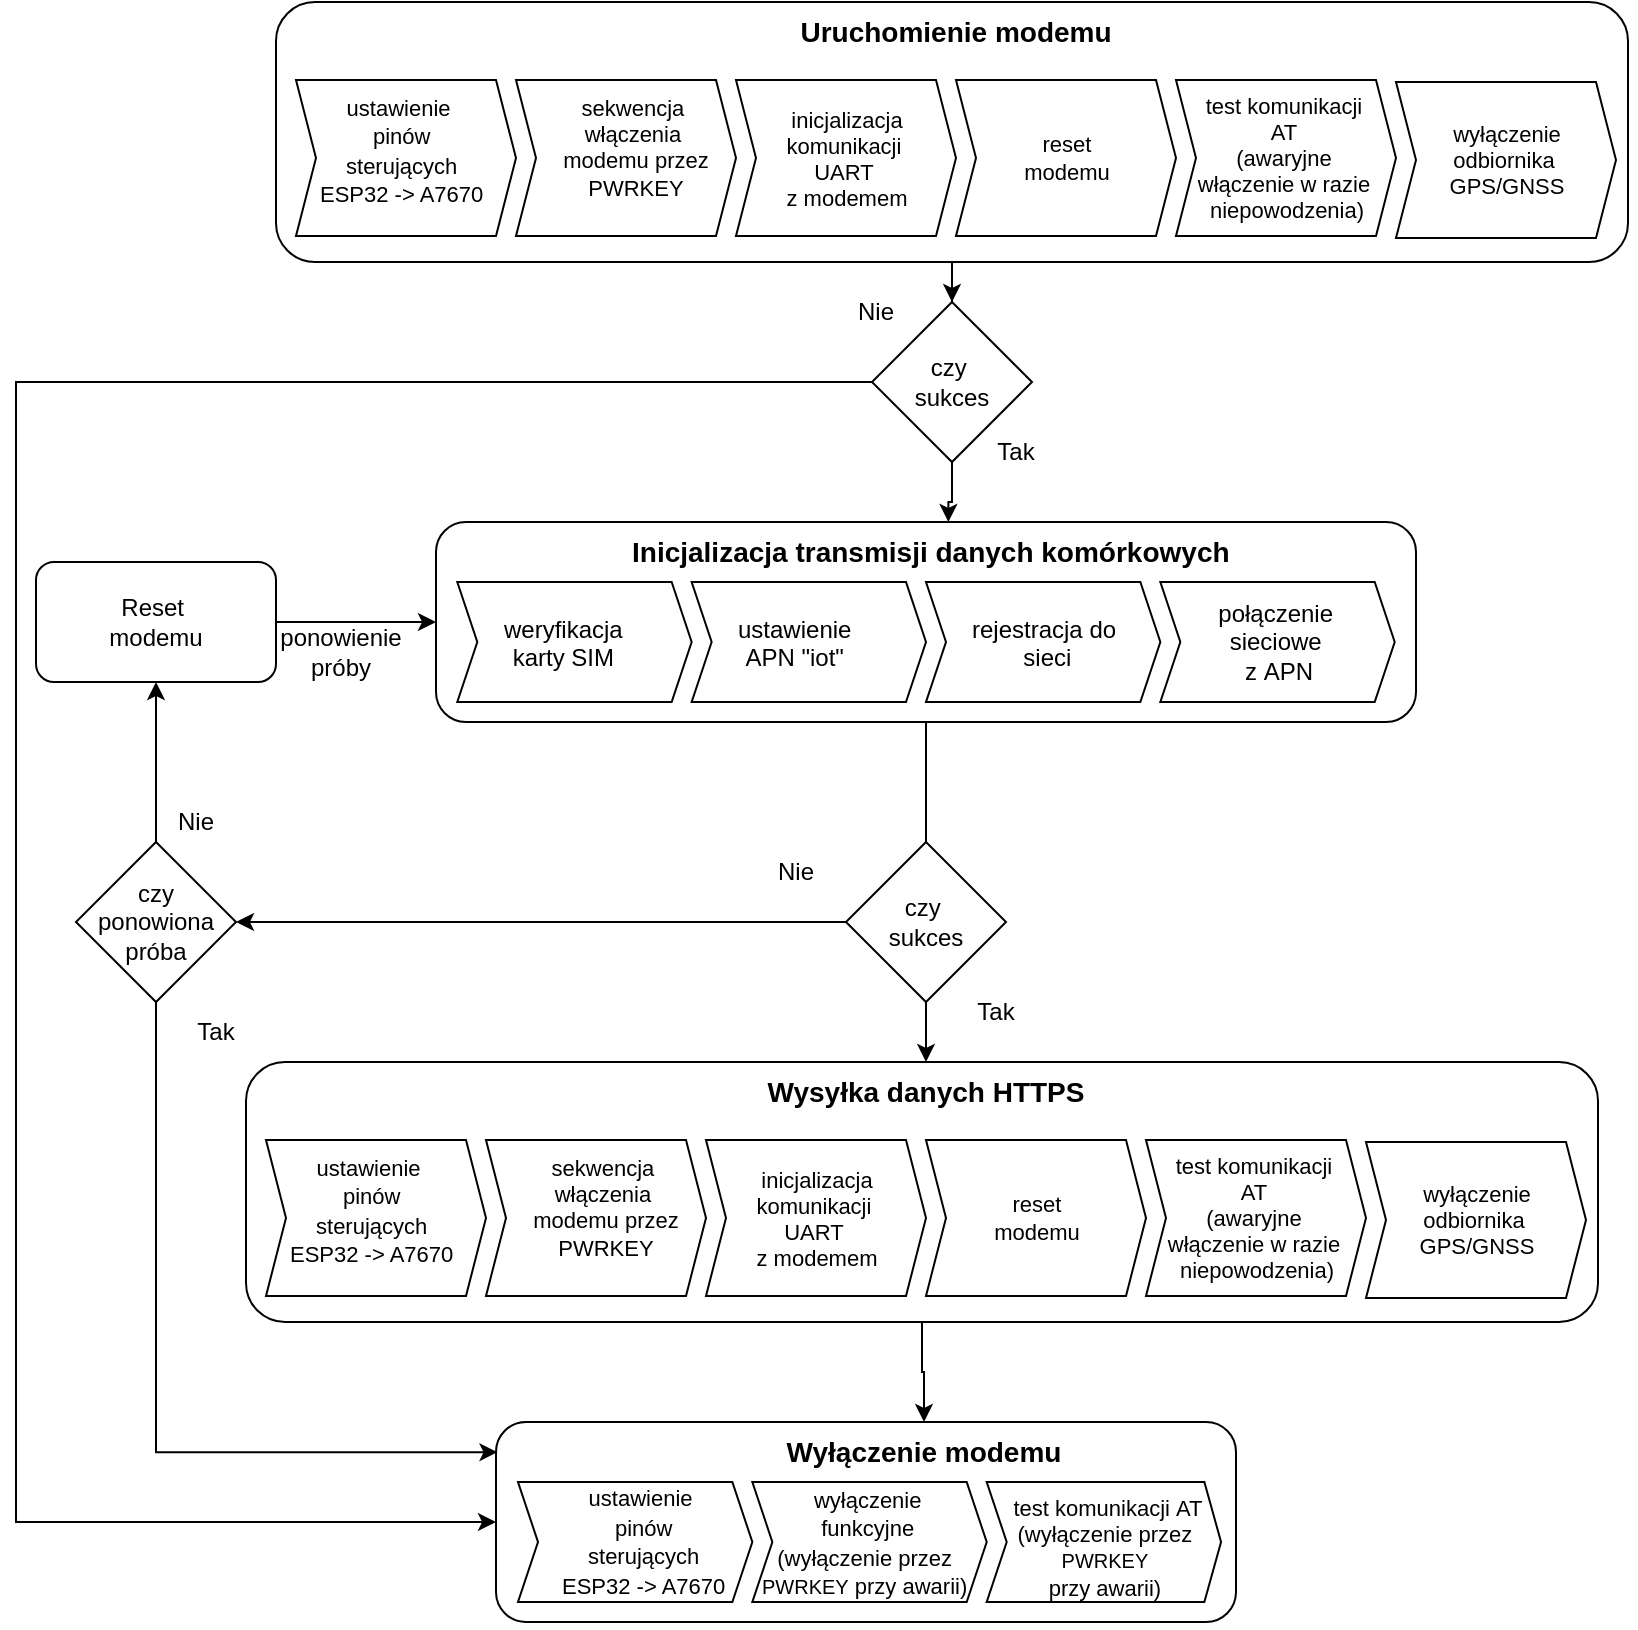
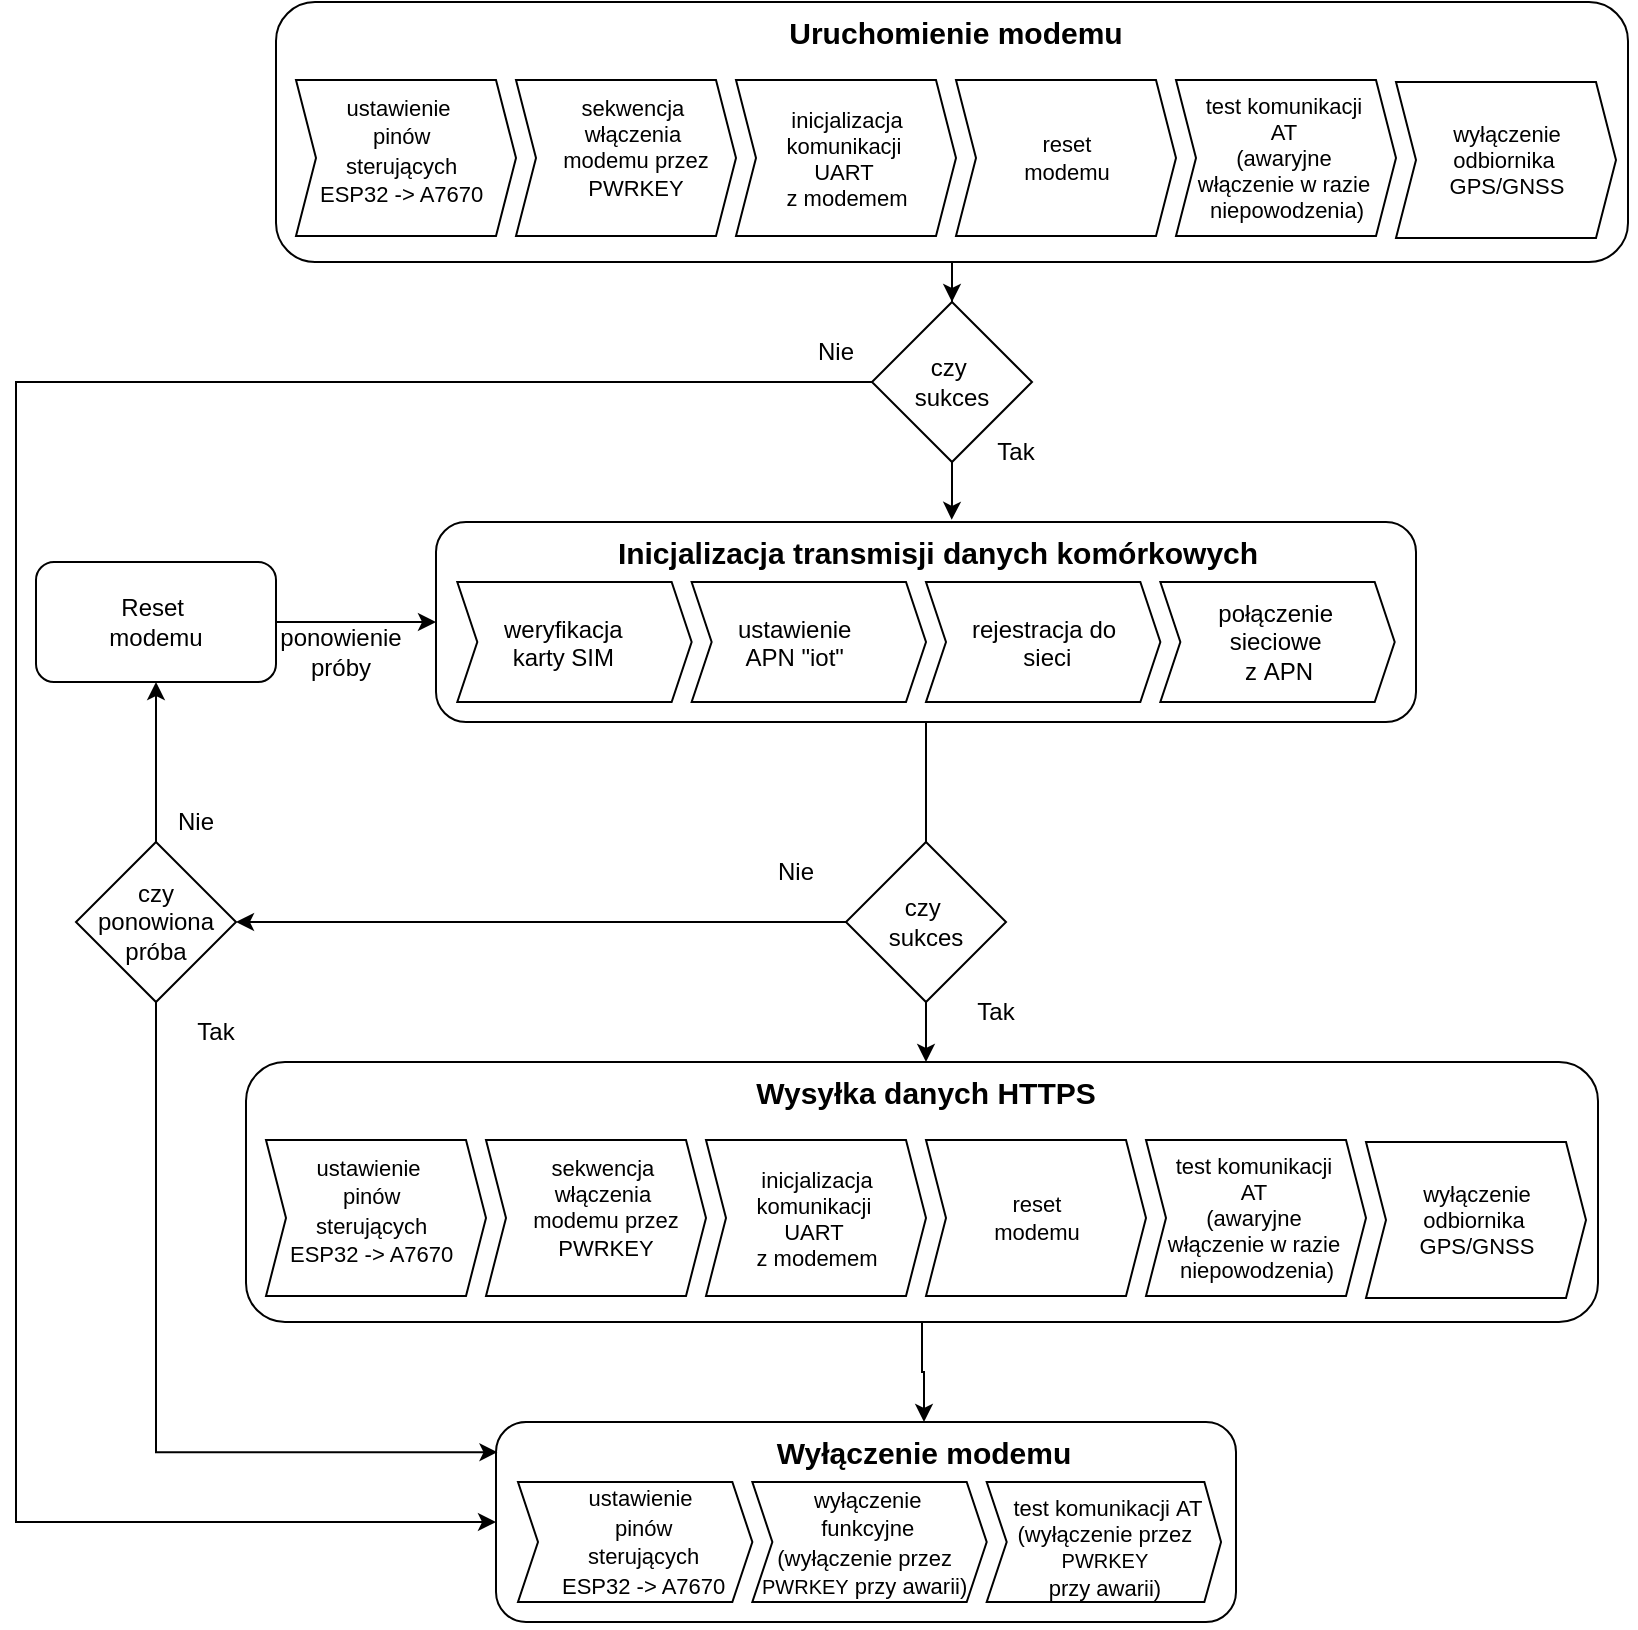
<mxfile host="app.diagrams.net">
  <diagram name="Strona-1" id="qUiWrLwNQSNPpPlMcjFA">
-     <mxGraphModel dx="1023" dy="2166" grid="1" gridSize="10" guides="1" tooltips="1" connect="1" arrows="1" fold="1" page="1" pageScale="1" pageWidth="827" pageHeight="1169" math="0" shadow="0">
+     <mxGraphModel dx="831" dy="1979" grid="1" gridSize="10" guides="1" tooltips="1" connect="1" arrows="1" fold="1" page="1" pageScale="1" pageWidth="827" pageHeight="1169" math="0" shadow="0">
      <root>
        <mxCell id="0" />
        <mxCell id="1" parent="0" />
        <mxCell id="zzqq1YDTvUKB0URQ00NY-44" connectable="0" parent="1" style="group" value="" vertex="1">
-           <mxGeometry height="100" width="490" x="650" y="110" as="geometry" />
+           <mxGeometry height="100" width="490.6521739130435" x="650" y="110" as="geometry" />
        </mxCell>
        <mxCell id="zzqq1YDTvUKB0URQ00NY-41" parent="zzqq1YDTvUKB0URQ00NY-44" style="rounded=1;whiteSpace=wrap;html=1;fillColor=none;" value="" vertex="1">
          <mxGeometry height="100" width="490.0000000000001" as="geometry" />
        </mxCell>
        <mxCell id="zzqq1YDTvUKB0URQ00NY-43" connectable="0" parent="zzqq1YDTvUKB0URQ00NY-44" style="group" value="" vertex="1">
-           <mxGeometry height="90" width="468.6956521739131" x="10.65217391304348" as="geometry" />
+           <mxGeometry height="90" width="480" x="10.65217391304348" as="geometry" />
        </mxCell>
        <mxCell id="zzqq1YDTvUKB0URQ00NY-32" parent="zzqq1YDTvUKB0URQ00NY-43" style="html=1;shadow=0;dashed=0;align=center;verticalAlign=middle;shape=mxgraph.arrows2.arrow;dy=0;dx=10;notch=10;" value="" vertex="1">
          <mxGeometry height="60" width="117.17391304347828" y="30" as="geometry" />
        </mxCell>
        <mxCell id="zzqq1YDTvUKB0URQ00NY-34" parent="zzqq1YDTvUKB0URQ00NY-43" style="text;whiteSpace=wrap;html=1;" value="&lt;span style=&quot;caret-color: rgb(0, 0, 0); color: rgb(0, 0, 0); font-family: Helvetica; font-size: 12.000001px; font-style: normal; font-variant-caps: normal; font-weight: 400; letter-spacing: normal; orphans: 2; text-align: center; text-indent: 0px; text-transform: none; white-space: nowrap; widows: 2; word-spacing: 0px; -webkit-text-stroke-width: 0px; text-decoration-line: none; text-decoration-thickness: auto; text-decoration-style: solid;&quot;&gt;weryfikacja&lt;/span&gt;&lt;div style=&quot;caret-color: rgb(0, 0, 0); color: rgb(0, 0, 0); font-family: Helvetica; font-size: 12.000001px; font-style: normal; font-variant-caps: normal; font-weight: 400; letter-spacing: normal; orphans: 2; text-align: center; text-indent: 0px; text-transform: none; white-space: nowrap; widows: 2; word-spacing: 0px; -webkit-text-stroke-width: 0px; text-decoration-line: none; text-decoration-thickness: auto; text-decoration-style: solid;&quot;&gt;karty SIM&lt;/div&gt;" vertex="1">
          <mxGeometry height="50" width="95.86956521739131" x="21.30434782608696" y="40" as="geometry" />
        </mxCell>
        <mxCell id="zzqq1YDTvUKB0URQ00NY-35" parent="zzqq1YDTvUKB0URQ00NY-43" style="html=1;shadow=0;dashed=0;align=center;verticalAlign=middle;shape=mxgraph.arrows2.arrow;dy=0;dx=10;notch=10;" value="" vertex="1">
          <mxGeometry height="60" width="117.17391304347828" x="117.17391304347828" y="30" as="geometry" />
        </mxCell>
        <mxCell id="zzqq1YDTvUKB0URQ00NY-36" parent="zzqq1YDTvUKB0URQ00NY-43" style="text;whiteSpace=wrap;html=1;" value="&lt;div style=&quot;text-align: center;&quot;&gt;&lt;span style=&quot;font-size: 12px; caret-color: rgb(0, 0, 0); text-wrap-mode: nowrap;&quot;&gt;&lt;font color=&quot;#000000&quot;&gt;ustawienie&lt;/font&gt;&lt;/span&gt;&lt;/div&gt;&lt;div style=&quot;text-align: center;&quot;&gt;&lt;span style=&quot;font-size: 12px; caret-color: rgb(0, 0, 0); text-wrap-mode: nowrap;&quot;&gt;&lt;font color=&quot;#000000&quot;&gt;APN&amp;nbsp;&lt;/font&gt;&lt;/span&gt;&lt;span style=&quot;font-size: 12px; white-space: nowrap;&quot;&gt;&quot;iot&quot;&lt;/span&gt;&lt;/div&gt;" vertex="1">
          <mxGeometry height="50" width="95.86956521739131" x="138.47826086956525" y="40" as="geometry" />
        </mxCell>
        <mxCell id="zzqq1YDTvUKB0URQ00NY-37" parent="zzqq1YDTvUKB0URQ00NY-43" style="html=1;shadow=0;dashed=0;align=center;verticalAlign=middle;shape=mxgraph.arrows2.arrow;dy=0;dx=10;notch=10;" value="" vertex="1">
          <mxGeometry height="60" width="117.17391304347828" x="234.34782608695656" y="30" as="geometry" />
        </mxCell>
        <mxCell id="zzqq1YDTvUKB0URQ00NY-38" parent="zzqq1YDTvUKB0URQ00NY-43" style="text;whiteSpace=wrap;html=1;" value="&lt;div style=&quot;text-align: center;&quot;&gt;&lt;span style=&quot;caret-color: rgb(0, 0, 0); text-wrap-mode: nowrap;&quot;&gt;rejestracja do&amp;nbsp;&lt;/span&gt;&lt;/div&gt;&lt;div style=&quot;text-align: center;&quot;&gt;&lt;span style=&quot;caret-color: rgb(0, 0, 0); text-wrap-mode: nowrap;&quot;&gt;sieci&lt;/span&gt;&lt;/div&gt;" vertex="1">
          <mxGeometry height="50" width="95.86956521739131" x="255.6521739130435" y="40" as="geometry" />
        </mxCell>
        <mxCell id="zzqq1YDTvUKB0URQ00NY-39" parent="zzqq1YDTvUKB0URQ00NY-43" style="html=1;shadow=0;dashed=0;align=center;verticalAlign=middle;shape=mxgraph.arrows2.arrow;dy=0;dx=10;notch=10;" value="połączenie&amp;nbsp;&lt;div&gt;sieciowe&amp;nbsp;&lt;/div&gt;&lt;div&gt;z&amp;nbsp;&lt;span style=&quot;font-size: 12px;&quot;&gt;APN&lt;/span&gt;&lt;/div&gt;" vertex="1">
          <mxGeometry height="60" width="117.17391304347828" x="351.52173913043487" y="30" as="geometry" />
        </mxCell>
-         <mxCell id="zzqq1YDTvUKB0URQ00NY-42" parent="zzqq1YDTvUKB0URQ00NY-43" style="text;whiteSpace=wrap;html=1;" value="&lt;div style=&quot;text-align: center;&quot;&gt;&lt;span style=&quot;text-align: start;&quot;&gt;&lt;b&gt;&lt;font style=&quot;font-size: 14px;&quot;&gt;Inicjalizacja transmisji danych komórkowych&lt;/font&gt;&lt;/b&gt;&lt;/span&gt;&lt;br&gt;&lt;/div&gt;" vertex="1">
-           <mxGeometry height="50" width="320.63043478260875" x="85.21739130434784" as="geometry" />
+         <mxCell id="zzqq1YDTvUKB0URQ00NY-42" parent="zzqq1YDTvUKB0URQ00NY-43" style="text;whiteSpace=wrap;html=1;align=center;" value="&lt;div style=&quot;&quot;&gt;&lt;span style=&quot;&quot;&gt;&lt;b&gt;&lt;font style=&quot;font-size: 15px;&quot;&gt;Inicjalizacja transmisji danych komórkowych&lt;/font&gt;&lt;/b&gt;&lt;/span&gt;&lt;br&gt;&lt;/div&gt;" vertex="1">
+           <mxGeometry height="50" width="480" as="geometry" />
        </mxCell>
        <mxCell id="zzqq1YDTvUKB0URQ00NY-64" connectable="0" parent="1" style="group" value="" vertex="1">
          <mxGeometry height="130" width="680" x="570" y="-150" as="geometry" />
        </mxCell>
        <mxCell id="zzqq1YDTvUKB0URQ00NY-47" parent="zzqq1YDTvUKB0URQ00NY-64" style="rounded=1;whiteSpace=wrap;html=1;fillColor=none;" value="" vertex="1">
          <mxGeometry height="130" width="676" as="geometry" />
        </mxCell>
        <mxCell id="zzqq1YDTvUKB0URQ00NY-63" connectable="0" parent="zzqq1YDTvUKB0URQ00NY-64" style="group" value="" vertex="1">
          <mxGeometry height="118" width="670" x="10" as="geometry" />
        </mxCell>
        <mxCell id="zzqq1YDTvUKB0URQ00NY-48" connectable="0" parent="zzqq1YDTvUKB0URQ00NY-63" style="group" value="" vertex="1">
          <mxGeometry height="117" width="670" as="geometry" />
        </mxCell>
        <mxCell id="zzqq1YDTvUKB0URQ00NY-49" parent="zzqq1YDTvUKB0URQ00NY-48" style="html=1;shadow=0;dashed=0;align=center;verticalAlign=middle;shape=mxgraph.arrows2.arrow;dy=0;dx=10;notch=10;" value="" vertex="1">
          <mxGeometry height="78" width="110" y="39" as="geometry" />
        </mxCell>
        <mxCell id="zzqq1YDTvUKB0URQ00NY-51" parent="zzqq1YDTvUKB0URQ00NY-48" style="html=1;shadow=0;dashed=0;align=center;verticalAlign=middle;shape=mxgraph.arrows2.arrow;dy=0;dx=10;notch=10;" value="" vertex="1">
          <mxGeometry height="78" width="110" x="110" y="39" as="geometry" />
        </mxCell>
        <mxCell id="zzqq1YDTvUKB0URQ00NY-52" parent="zzqq1YDTvUKB0URQ00NY-48" style="text;whiteSpace=wrap;html=1;fontSize=11;align=center;" value="&lt;div style=&quot;&quot;&gt;&lt;span style=&quot;caret-color: rgb(0, 0, 0); text-wrap-mode: nowrap;&quot;&gt;sekwencja&amp;nbsp;&lt;/span&gt;&lt;/div&gt;&lt;div style=&quot;&quot;&gt;&lt;span style=&quot;caret-color: rgb(0, 0, 0); text-wrap-mode: nowrap;&quot;&gt;włączenia&amp;nbsp;&lt;/span&gt;&lt;/div&gt;&lt;div style=&quot;&quot;&gt;&lt;span style=&quot;caret-color: rgb(0, 0, 0); text-wrap-mode: nowrap;&quot;&gt;modemu przez&lt;/span&gt;&lt;/div&gt;&lt;div style=&quot;&quot;&gt;&lt;span style=&quot;caret-color: rgb(0, 0, 0); text-wrap-mode: nowrap;&quot;&gt;PWRKEY&lt;/span&gt;&lt;/div&gt;&lt;div style=&quot;&quot;&gt;&lt;span style=&quot;caret-color: rgb(0, 0, 0); text-wrap-mode: nowrap;&quot;&gt;&lt;br&gt;&lt;/span&gt;&lt;/div&gt;&lt;div style=&quot;&quot;&gt;&lt;br&gt;&lt;/div&gt;" vertex="1">
          <mxGeometry height="77" width="120" x="110" y="40" as="geometry" />
        </mxCell>
        <mxCell id="zzqq1YDTvUKB0URQ00NY-53" parent="zzqq1YDTvUKB0URQ00NY-48" style="html=1;shadow=0;dashed=0;align=center;verticalAlign=middle;shape=mxgraph.arrows2.arrow;dy=0;dx=10;notch=10;" value="&lt;span style=&quot;font-size: 11px; float: none; display: inline !important; caret-color: rgb(0, 0, 0); color: rgb(0, 0, 0); text-decoration-color: currentcolor;&quot;&gt;inicjalizacja&lt;/span&gt;&lt;div style=&quot;font-size: 11px; white-space: normal; caret-color: rgb(0, 0, 0); color: rgb(0, 0, 0);&quot;&gt;&lt;span style=&quot;text-wrap-mode: nowrap;&quot;&gt;komunikacji&amp;nbsp;&lt;/span&gt;&lt;/div&gt;&lt;div style=&quot;font-size: 11px; white-space: normal; caret-color: rgb(0, 0, 0); color: rgb(0, 0, 0);&quot;&gt;&lt;span style=&quot;text-wrap-mode: nowrap;&quot;&gt;UART&amp;nbsp;&lt;/span&gt;&lt;/div&gt;&lt;div style=&quot;font-size: 11px; white-space: normal; caret-color: rgb(0, 0, 0); color: rgb(0, 0, 0);&quot;&gt;&lt;span style=&quot;text-wrap-mode: nowrap;&quot;&gt;z modemem&lt;/span&gt;&lt;/div&gt;" vertex="1">
          <mxGeometry height="78" width="110" x="220" y="39" as="geometry" />
        </mxCell>
        <mxCell id="zzqq1YDTvUKB0URQ00NY-55" parent="zzqq1YDTvUKB0URQ00NY-48" style="html=1;shadow=0;dashed=0;align=center;verticalAlign=middle;shape=mxgraph.arrows2.arrow;dy=0;dx=10;notch=10;fontSize=11;labelBackgroundColor=none;" value="reset&lt;div&gt;modemu&lt;/div&gt;" vertex="1">
          <mxGeometry height="78" width="110" x="330" y="39" as="geometry" />
        </mxCell>
-         <mxCell id="zzqq1YDTvUKB0URQ00NY-56" parent="zzqq1YDTvUKB0URQ00NY-48" style="text;whiteSpace=wrap;html=1;align=center;" value="&lt;div style=&quot;&quot;&gt;&lt;span style=&quot;font-size: 14px;&quot;&gt;&lt;b&gt;Uruchomienie modemu&lt;/b&gt;&lt;/span&gt;&lt;/div&gt;" vertex="1">
+         <mxCell id="zzqq1YDTvUKB0URQ00NY-56" parent="zzqq1YDTvUKB0URQ00NY-48" style="text;whiteSpace=wrap;html=1;align=center;" value="&lt;div style=&quot;&quot;&gt;&lt;b&gt;&lt;font style=&quot;font-size: 15px;&quot;&gt;Uruchomienie modemu&lt;/font&gt;&lt;/b&gt;&lt;/div&gt;" vertex="1">
          <mxGeometry height="65" width="680" x="-10" as="geometry" />
        </mxCell>
        <mxCell id="zzqq1YDTvUKB0URQ00NY-50" parent="zzqq1YDTvUKB0URQ00NY-48" style="text;whiteSpace=wrap;html=1;" value="&lt;div style=&quot;text-align: center;&quot;&gt;&lt;span style=&quot;text-wrap-mode: nowrap;&quot;&gt;&lt;font style=&quot;font-size: 11px;&quot;&gt;ustawienie&amp;nbsp;&lt;/font&gt;&lt;/span&gt;&lt;/div&gt;&lt;div style=&quot;text-align: center;&quot;&gt;&lt;span style=&quot;text-wrap-mode: nowrap;&quot;&gt;&lt;font style=&quot;font-size: 11px;&quot;&gt;pinów&lt;/font&gt;&lt;/span&gt;&lt;/div&gt;&lt;div style=&quot;text-align: center;&quot;&gt;&lt;span style=&quot;text-wrap-mode: nowrap;&quot;&gt;&lt;font style=&quot;font-size: 11px;&quot;&gt;&amp;nbsp;sterujących&amp;nbsp;&lt;/font&gt;&lt;/span&gt;&lt;/div&gt;&lt;div style=&quot;text-align: center;&quot;&gt;&lt;span style=&quot;font-size: 11px; text-wrap-mode: nowrap;&quot;&gt;ESP32 -&amp;gt; A7670&lt;/span&gt;&lt;/div&gt;&lt;div style=&quot;text-align: center;&quot;&gt;&lt;span style=&quot;text-wrap-mode: nowrap;&quot;&gt;&lt;br&gt;&lt;/span&gt;&lt;/div&gt;" vertex="1">
          <mxGeometry height="65" width="90" x="10" y="39" as="geometry" />
        </mxCell>
        <mxCell id="zzqq1YDTvUKB0URQ00NY-58" parent="zzqq1YDTvUKB0URQ00NY-63" style="html=1;shadow=0;dashed=0;align=center;verticalAlign=middle;shape=mxgraph.arrows2.arrow;dy=0;dx=10;notch=10;fontSize=11;" value="test komunikacji&amp;nbsp;&lt;div&gt;AT&amp;nbsp;&lt;div&gt;(awaryjne&amp;nbsp;&lt;/div&gt;&lt;div&gt;włączenie w razie&amp;nbsp;&lt;/div&gt;&lt;div&gt;niepowodzenia)&lt;/div&gt;&lt;/div&gt;" vertex="1">
          <mxGeometry height="78" width="110" x="440" y="39" as="geometry" />
        </mxCell>
        <mxCell id="zzqq1YDTvUKB0URQ00NY-59" parent="zzqq1YDTvUKB0URQ00NY-63" style="html=1;shadow=0;dashed=0;align=center;verticalAlign=middle;shape=mxgraph.arrows2.arrow;dy=0;dx=10;notch=10;fontSize=11;" value="wyłączenie&lt;div&gt;odbiornika&amp;nbsp;&lt;/div&gt;&lt;div&gt;GPS/GNSS&lt;/div&gt;" vertex="1">
          <mxGeometry height="78" width="110" x="550" y="40" as="geometry" />
        </mxCell>
-         <mxCell id="zzqq1YDTvUKB0URQ00NY-69" edge="1" parent="1" source="zzqq1YDTvUKB0URQ00NY-65" style="edgeStyle=orthogonalEdgeStyle;rounded=0;orthogonalLoop=1;jettySize=auto;html=1;fontSize=13;" target="zzqq1YDTvUKB0URQ00NY-42" value="">
+         <mxCell id="zzqq1YDTvUKB0URQ00NY-69" edge="1" parent="1" source="zzqq1YDTvUKB0URQ00NY-65" style="edgeStyle=orthogonalEdgeStyle;rounded=0;orthogonalLoop=1;jettySize=auto;html=1;fontSize=13;entryX=0.515;entryY=-0.022;entryDx=0;entryDy=0;entryPerimeter=0;" target="zzqq1YDTvUKB0URQ00NY-42" value="">
          <mxGeometry relative="1" as="geometry" />
        </mxCell>
        <mxCell id="zzqq1YDTvUKB0URQ00NY-126" edge="1" parent="1" source="zzqq1YDTvUKB0URQ00NY-65" style="edgeStyle=orthogonalEdgeStyle;rounded=0;orthogonalLoop=1;jettySize=auto;html=1;entryX=0;entryY=0.5;entryDx=0;entryDy=0;" target="zzqq1YDTvUKB0URQ00NY-73">
          <mxGeometry relative="1" as="geometry">
            <Array as="points">
              <mxPoint x="440" y="40" />
              <mxPoint x="440" y="610" />
            </Array>
            <mxPoint x="430" y="730" as="targetPoint" />
          </mxGeometry>
        </mxCell>
        <mxCell id="zzqq1YDTvUKB0URQ00NY-65" parent="1" style="rhombus;whiteSpace=wrap;html=1;" value="czy&amp;nbsp;&lt;div&gt;sukces&lt;/div&gt;" vertex="1">
          <mxGeometry height="80" width="80" x="868" as="geometry" />
        </mxCell>
        <mxCell id="zzqq1YDTvUKB0URQ00NY-66" parent="1" style="text;html=1;whiteSpace=wrap;strokeColor=none;fillColor=none;align=center;verticalAlign=middle;rounded=0;" value="Nie" vertex="1">
-           <mxGeometry height="30" width="60" x="840" y="-10" as="geometry" />
+           <mxGeometry height="30" width="60" x="820" y="10" as="geometry" />
        </mxCell>
        <mxCell id="zzqq1YDTvUKB0URQ00NY-94" parent="1" style="text;html=1;whiteSpace=wrap;strokeColor=none;fillColor=none;align=center;verticalAlign=middle;rounded=0;" value="Tak" vertex="1">
          <mxGeometry height="30" width="60" x="910" y="60" as="geometry" />
        </mxCell>
        <mxCell id="zzqq1YDTvUKB0URQ00NY-95" connectable="0" parent="1" style="group" value="" vertex="1">
          <mxGeometry height="130" width="680" x="555" y="380" as="geometry" />
        </mxCell>
        <mxCell id="zzqq1YDTvUKB0URQ00NY-96" parent="zzqq1YDTvUKB0URQ00NY-95" style="rounded=1;whiteSpace=wrap;html=1;fillColor=none;" value="" vertex="1">
          <mxGeometry height="130" width="676" as="geometry" />
        </mxCell>
        <mxCell id="zzqq1YDTvUKB0URQ00NY-97" connectable="0" parent="zzqq1YDTvUKB0URQ00NY-95" style="group" value="" vertex="1">
          <mxGeometry height="118" width="670" x="10" as="geometry" />
        </mxCell>
        <mxCell id="zzqq1YDTvUKB0URQ00NY-98" connectable="0" parent="zzqq1YDTvUKB0URQ00NY-97" style="group" value="" vertex="1">
          <mxGeometry height="117" width="670" as="geometry" />
        </mxCell>
        <mxCell id="zzqq1YDTvUKB0URQ00NY-99" parent="zzqq1YDTvUKB0URQ00NY-98" style="html=1;shadow=0;dashed=0;align=center;verticalAlign=middle;shape=mxgraph.arrows2.arrow;dy=0;dx=10;notch=10;" value="" vertex="1">
          <mxGeometry height="78" width="110" y="39" as="geometry" />
        </mxCell>
        <mxCell id="zzqq1YDTvUKB0URQ00NY-100" parent="zzqq1YDTvUKB0URQ00NY-98" style="html=1;shadow=0;dashed=0;align=center;verticalAlign=middle;shape=mxgraph.arrows2.arrow;dy=0;dx=10;notch=10;" value="" vertex="1">
          <mxGeometry height="78" width="110" x="110" y="39" as="geometry" />
        </mxCell>
        <mxCell id="zzqq1YDTvUKB0URQ00NY-101" parent="zzqq1YDTvUKB0URQ00NY-98" style="text;whiteSpace=wrap;html=1;fontSize=11;align=center;" value="&lt;div style=&quot;&quot;&gt;&lt;span style=&quot;caret-color: rgb(0, 0, 0); text-wrap-mode: nowrap;&quot;&gt;sekwencja&amp;nbsp;&lt;/span&gt;&lt;/div&gt;&lt;div style=&quot;&quot;&gt;&lt;span style=&quot;caret-color: rgb(0, 0, 0); text-wrap-mode: nowrap;&quot;&gt;włączenia&amp;nbsp;&lt;/span&gt;&lt;/div&gt;&lt;div style=&quot;&quot;&gt;&lt;span style=&quot;caret-color: rgb(0, 0, 0); text-wrap-mode: nowrap;&quot;&gt;modemu przez&lt;/span&gt;&lt;/div&gt;&lt;div style=&quot;&quot;&gt;&lt;span style=&quot;caret-color: rgb(0, 0, 0); text-wrap-mode: nowrap;&quot;&gt;PWRKEY&lt;/span&gt;&lt;/div&gt;&lt;div style=&quot;&quot;&gt;&lt;span style=&quot;caret-color: rgb(0, 0, 0); text-wrap-mode: nowrap;&quot;&gt;&lt;br&gt;&lt;/span&gt;&lt;/div&gt;&lt;div style=&quot;&quot;&gt;&lt;br&gt;&lt;/div&gt;" vertex="1">
          <mxGeometry height="77" width="120" x="110" y="40" as="geometry" />
        </mxCell>
        <mxCell id="zzqq1YDTvUKB0URQ00NY-102" parent="zzqq1YDTvUKB0URQ00NY-98" style="html=1;shadow=0;dashed=0;align=center;verticalAlign=middle;shape=mxgraph.arrows2.arrow;dy=0;dx=10;notch=10;" value="&lt;span style=&quot;font-size: 11px; float: none; display: inline !important; caret-color: rgb(0, 0, 0); color: rgb(0, 0, 0); text-decoration-color: currentcolor;&quot;&gt;inicjalizacja&lt;/span&gt;&lt;div style=&quot;font-size: 11px; white-space: normal; caret-color: rgb(0, 0, 0); color: rgb(0, 0, 0);&quot;&gt;&lt;span style=&quot;text-wrap-mode: nowrap;&quot;&gt;komunikacji&amp;nbsp;&lt;/span&gt;&lt;/div&gt;&lt;div style=&quot;font-size: 11px; white-space: normal; caret-color: rgb(0, 0, 0); color: rgb(0, 0, 0);&quot;&gt;&lt;span style=&quot;text-wrap-mode: nowrap;&quot;&gt;UART&amp;nbsp;&lt;/span&gt;&lt;/div&gt;&lt;div style=&quot;font-size: 11px; white-space: normal; caret-color: rgb(0, 0, 0); color: rgb(0, 0, 0);&quot;&gt;&lt;span style=&quot;text-wrap-mode: nowrap;&quot;&gt;z modemem&lt;/span&gt;&lt;/div&gt;" vertex="1">
          <mxGeometry height="78" width="110" x="220" y="39" as="geometry" />
        </mxCell>
        <mxCell id="zzqq1YDTvUKB0URQ00NY-103" parent="zzqq1YDTvUKB0URQ00NY-98" style="html=1;shadow=0;dashed=0;align=center;verticalAlign=middle;shape=mxgraph.arrows2.arrow;dy=0;dx=10;notch=10;fontSize=11;labelBackgroundColor=none;" value="reset&lt;div&gt;modemu&lt;/div&gt;" vertex="1">
          <mxGeometry height="78" width="110" x="330" y="39" as="geometry" />
        </mxCell>
-         <mxCell id="zzqq1YDTvUKB0URQ00NY-104" parent="zzqq1YDTvUKB0URQ00NY-98" style="text;whiteSpace=wrap;html=1;align=center;" value="&lt;div style=&quot;&quot;&gt;&lt;span style=&quot;font-size: 14px;&quot;&gt;&lt;b&gt;Wysyłka danych HTTPS&lt;/b&gt;&lt;/span&gt;&lt;/div&gt;" vertex="1">
+         <mxCell id="zzqq1YDTvUKB0URQ00NY-104" parent="zzqq1YDTvUKB0URQ00NY-98" style="text;whiteSpace=wrap;html=1;align=center;" value="&lt;div style=&quot;&quot;&gt;&lt;b&gt;&lt;font style=&quot;font-size: 15px;&quot;&gt;Wysyłka danych HTTPS&lt;/font&gt;&lt;/b&gt;&lt;/div&gt;" vertex="1">
          <mxGeometry height="65" width="680" x="-10" as="geometry" />
        </mxCell>
        <mxCell id="zzqq1YDTvUKB0URQ00NY-105" parent="zzqq1YDTvUKB0URQ00NY-98" style="text;whiteSpace=wrap;html=1;" value="&lt;div style=&quot;text-align: center;&quot;&gt;&lt;span style=&quot;text-wrap-mode: nowrap;&quot;&gt;&lt;font style=&quot;font-size: 11px;&quot;&gt;ustawienie&amp;nbsp;&lt;/font&gt;&lt;/span&gt;&lt;/div&gt;&lt;div style=&quot;text-align: center;&quot;&gt;&lt;span style=&quot;text-wrap-mode: nowrap;&quot;&gt;&lt;font style=&quot;font-size: 11px;&quot;&gt;pinów&lt;/font&gt;&lt;/span&gt;&lt;/div&gt;&lt;div style=&quot;text-align: center;&quot;&gt;&lt;span style=&quot;text-wrap-mode: nowrap;&quot;&gt;&lt;font style=&quot;font-size: 11px;&quot;&gt;&amp;nbsp;sterujących&amp;nbsp;&lt;/font&gt;&lt;/span&gt;&lt;/div&gt;&lt;div style=&quot;text-align: center;&quot;&gt;&lt;span style=&quot;font-size: 11px; text-wrap-mode: nowrap;&quot;&gt;ESP32 -&amp;gt; A7670&lt;/span&gt;&lt;/div&gt;&lt;div style=&quot;text-align: center;&quot;&gt;&lt;span style=&quot;text-wrap-mode: nowrap;&quot;&gt;&lt;br&gt;&lt;/span&gt;&lt;/div&gt;" vertex="1">
          <mxGeometry height="65" width="90" x="10" y="39" as="geometry" />
        </mxCell>
        <mxCell id="zzqq1YDTvUKB0URQ00NY-106" parent="zzqq1YDTvUKB0URQ00NY-97" style="html=1;shadow=0;dashed=0;align=center;verticalAlign=middle;shape=mxgraph.arrows2.arrow;dy=0;dx=10;notch=10;fontSize=11;" value="test komunikacji&amp;nbsp;&lt;div&gt;AT&amp;nbsp;&lt;div&gt;(awaryjne&amp;nbsp;&lt;/div&gt;&lt;div&gt;włączenie w razie&amp;nbsp;&lt;/div&gt;&lt;div&gt;niepowodzenia)&lt;/div&gt;&lt;/div&gt;" vertex="1">
          <mxGeometry height="78" width="110" x="440" y="39" as="geometry" />
        </mxCell>
        <mxCell id="zzqq1YDTvUKB0URQ00NY-107" parent="zzqq1YDTvUKB0URQ00NY-97" style="html=1;shadow=0;dashed=0;align=center;verticalAlign=middle;shape=mxgraph.arrows2.arrow;dy=0;dx=10;notch=10;fontSize=11;" value="wyłączenie&lt;div&gt;odbiornika&amp;nbsp;&lt;/div&gt;&lt;div&gt;GPS/GNSS&lt;/div&gt;" vertex="1">
          <mxGeometry height="78" width="110" x="550" y="40" as="geometry" />
        </mxCell>
        <mxCell id="zzqq1YDTvUKB0URQ00NY-108" edge="1" parent="1" source="zzqq1YDTvUKB0URQ00NY-41" style="edgeStyle=orthogonalEdgeStyle;rounded=0;orthogonalLoop=1;jettySize=auto;html=1;entryX=0.5;entryY=0;entryDx=0;entryDy=0;exitX=0.5;exitY=1;exitDx=0;exitDy=0;" target="zzqq1YDTvUKB0URQ00NY-104">
          <mxGeometry relative="1" as="geometry" />
        </mxCell>
        <mxCell id="zzqq1YDTvUKB0URQ00NY-119" edge="1" parent="1" source="zzqq1YDTvUKB0URQ00NY-109" style="edgeStyle=orthogonalEdgeStyle;rounded=0;orthogonalLoop=1;jettySize=auto;html=1;" target="zzqq1YDTvUKB0URQ00NY-115">
          <mxGeometry relative="1" as="geometry" />
        </mxCell>
        <mxCell id="zzqq1YDTvUKB0URQ00NY-109" parent="1" style="rhombus;whiteSpace=wrap;html=1;" value="czy&amp;nbsp;&lt;div&gt;sukces&lt;/div&gt;" vertex="1">
          <mxGeometry height="80" width="80" x="855" y="270" as="geometry" />
        </mxCell>
        <mxCell id="zzqq1YDTvUKB0URQ00NY-110" parent="1" style="text;html=1;whiteSpace=wrap;strokeColor=none;fillColor=none;align=center;verticalAlign=middle;rounded=0;" value="Tak" vertex="1">
          <mxGeometry height="30" width="60" x="900" y="340" as="geometry" />
        </mxCell>
        <mxCell id="zzqq1YDTvUKB0URQ00NY-111" parent="1" style="text;html=1;whiteSpace=wrap;strokeColor=none;fillColor=none;align=center;verticalAlign=middle;rounded=0;" value="Nie" vertex="1">
          <mxGeometry height="30" width="60" x="800" y="270" as="geometry" />
        </mxCell>
        <mxCell id="zzqq1YDTvUKB0URQ00NY-121" edge="1" parent="1" source="zzqq1YDTvUKB0URQ00NY-113" style="edgeStyle=orthogonalEdgeStyle;rounded=0;orthogonalLoop=1;jettySize=auto;html=1;entryX=0;entryY=0.5;entryDx=0;entryDy=0;" target="zzqq1YDTvUKB0URQ00NY-41" value="">
          <mxGeometry relative="1" as="geometry" />
        </mxCell>
        <mxCell id="zzqq1YDTvUKB0URQ00NY-113" parent="1" style="rounded=1;whiteSpace=wrap;html=1;" value="Reset&amp;nbsp;&lt;div&gt;modemu&lt;/div&gt;" vertex="1">
          <mxGeometry height="60" width="120" x="450" y="130" as="geometry" />
        </mxCell>
        <mxCell id="zzqq1YDTvUKB0URQ00NY-114" edge="1" parent="1" source="zzqq1YDTvUKB0URQ00NY-115" style="edgeStyle=orthogonalEdgeStyle;rounded=0;orthogonalLoop=1;jettySize=auto;html=1;" target="zzqq1YDTvUKB0URQ00NY-113" value="">
          <mxGeometry relative="1" as="geometry" />
        </mxCell>
        <mxCell id="zzqq1YDTvUKB0URQ00NY-122" edge="1" parent="1" source="zzqq1YDTvUKB0URQ00NY-115" style="edgeStyle=orthogonalEdgeStyle;rounded=0;orthogonalLoop=1;jettySize=auto;html=1;entryX=0.002;entryY=0.151;entryDx=0;entryDy=0;entryPerimeter=0;" target="zzqq1YDTvUKB0URQ00NY-73">
          <mxGeometry relative="1" as="geometry">
            <Array as="points">
              <mxPoint x="510" y="575" />
            </Array>
          </mxGeometry>
        </mxCell>
        <mxCell id="zzqq1YDTvUKB0URQ00NY-115" parent="1" style="rhombus;whiteSpace=wrap;html=1;" value="czy ponowiona próba" vertex="1">
          <mxGeometry height="80" width="80" x="470" y="270" as="geometry" />
        </mxCell>
        <mxCell id="zzqq1YDTvUKB0URQ00NY-116" parent="1" style="text;html=1;whiteSpace=wrap;strokeColor=none;fillColor=none;align=center;verticalAlign=middle;rounded=0;" value="Nie" vertex="1">
          <mxGeometry height="30" width="60" x="500" y="245" as="geometry" />
        </mxCell>
        <mxCell id="zzqq1YDTvUKB0URQ00NY-117" parent="1" style="text;html=1;whiteSpace=wrap;strokeColor=none;fillColor=none;align=center;verticalAlign=middle;rounded=0;" value="Tak" vertex="1">
          <mxGeometry height="30" width="60" x="510" y="350" as="geometry" />
        </mxCell>
        <mxCell id="zzqq1YDTvUKB0URQ00NY-120" parent="1" style="text;html=1;whiteSpace=wrap;strokeColor=none;fillColor=none;align=center;verticalAlign=middle;rounded=0;" value="ponowienie próby" vertex="1">
          <mxGeometry height="30" width="95" x="555" y="160" as="geometry" />
        </mxCell>
        <mxCell id="zzqq1YDTvUKB0URQ00NY-128" edge="1" parent="1" source="zzqq1YDTvUKB0URQ00NY-47" style="edgeStyle=orthogonalEdgeStyle;rounded=0;orthogonalLoop=1;jettySize=auto;html=1;entryX=0.5;entryY=0;entryDx=0;entryDy=0;" target="zzqq1YDTvUKB0URQ00NY-65">
          <mxGeometry relative="1" as="geometry" />
        </mxCell>
        <mxCell id="zzqq1YDTvUKB0URQ00NY-129" edge="1" parent="1" source="zzqq1YDTvUKB0URQ00NY-96" style="edgeStyle=orthogonalEdgeStyle;rounded=0;orthogonalLoop=1;jettySize=auto;html=1;" target="zzqq1YDTvUKB0URQ00NY-82" value="">
          <mxGeometry relative="1" as="geometry" />
        </mxCell>
        <mxCell id="zzqq1YDTvUKB0URQ00NY-73" parent="1" style="rounded=1;whiteSpace=wrap;html=1;fillColor=none;" value="" vertex="1">
          <mxGeometry height="100" width="370" x="680" y="560" as="geometry" />
        </mxCell>
        <mxCell id="zzqq1YDTvUKB0URQ00NY-133" connectable="0" parent="1" style="group" value="" vertex="1">
          <mxGeometry height="95" width="501.9999999999999" x="659.0021739130435" y="560" as="geometry" />
        </mxCell>
        <mxCell id="zzqq1YDTvUKB0URQ00NY-74" connectable="0" parent="zzqq1YDTvUKB0URQ00NY-133" style="group" value="" vertex="1">
          <mxGeometry height="95" width="470" x="32" as="geometry" />
        </mxCell>
        <mxCell id="zzqq1YDTvUKB0URQ00NY-75" parent="zzqq1YDTvUKB0URQ00NY-74" style="html=1;shadow=0;dashed=0;align=center;verticalAlign=middle;shape=mxgraph.arrows2.arrow;dy=0;dx=10;notch=10;" value="" vertex="1">
          <mxGeometry height="60" width="117.17391304347828" y="30" as="geometry" />
        </mxCell>
        <mxCell id="zzqq1YDTvUKB0URQ00NY-76" parent="zzqq1YDTvUKB0URQ00NY-74" style="text;whiteSpace=wrap;html=1;" value="&lt;div style=&quot;font-size: 12.000001px; text-align: center;&quot;&gt;&lt;span style=&quot;text-wrap-mode: nowrap;&quot;&gt;&lt;font style=&quot;font-size: 11px;&quot;&gt;&lt;br&gt;&lt;/font&gt;&lt;/span&gt;&lt;/div&gt;&lt;div style=&quot;font-size: 12.000001px; text-align: center;&quot;&gt;&lt;span style=&quot;text-wrap-mode: nowrap;&quot;&gt;&lt;font style=&quot;font-size: 11px;&quot;&gt;ustawienie&amp;nbsp;&lt;/font&gt;&lt;/span&gt;&lt;/div&gt;&lt;div style=&quot;font-size: 12.000001px; text-align: center;&quot;&gt;&lt;span style=&quot;text-wrap-mode: nowrap;&quot;&gt;&lt;font style=&quot;font-size: 11px;&quot;&gt;pinów&lt;/font&gt;&lt;/span&gt;&lt;/div&gt;&lt;div style=&quot;font-size: 12.000001px; text-align: center;&quot;&gt;&lt;span style=&quot;text-wrap-mode: nowrap;&quot;&gt;&lt;font style=&quot;font-size: 11px;&quot;&gt;&amp;nbsp;sterujących&amp;nbsp;&lt;/font&gt;&lt;/span&gt;&lt;/div&gt;&lt;div style=&quot;font-size: 12.000001px; text-align: center;&quot;&gt;&lt;span style=&quot;font-size: 11px; text-wrap-mode: nowrap;&quot;&gt;ESP32 -&amp;gt; A7670&lt;/span&gt;&lt;/div&gt;&lt;div&gt;&lt;span style=&quot;font-size: 11px; text-wrap-mode: nowrap;&quot;&gt;&lt;br&gt;&lt;/span&gt;&lt;/div&gt;" vertex="1">
          <mxGeometry height="80" width="97.17" x="20" y="10" as="geometry" />
        </mxCell>
        <mxCell id="zzqq1YDTvUKB0URQ00NY-77" parent="zzqq1YDTvUKB0URQ00NY-74" style="html=1;shadow=0;dashed=0;align=center;verticalAlign=middle;shape=mxgraph.arrows2.arrow;dy=0;dx=10;notch=10;" value="" vertex="1">
          <mxGeometry height="60" width="117.17391304347828" x="117.17391304347828" y="30" as="geometry" />
        </mxCell>
        <mxCell id="zzqq1YDTvUKB0URQ00NY-78" parent="zzqq1YDTvUKB0URQ00NY-74" style="text;whiteSpace=wrap;html=1;" value="&lt;div style=&quot;text-align: center;&quot;&gt;&lt;span style=&quot;caret-color: rgb(0, 0, 0); text-wrap-mode: nowrap;&quot;&gt;&lt;font style=&quot;font-size: 11px;&quot;&gt;wyłączenie&lt;/font&gt;&lt;/span&gt;&lt;/div&gt;&lt;div style=&quot;text-align: center;&quot;&gt;&lt;span style=&quot;caret-color: rgb(0, 0, 0); text-wrap-mode: nowrap;&quot;&gt;&lt;font style=&quot;font-size: 11px;&quot;&gt;funkcyjne&lt;/font&gt;&lt;/span&gt;&lt;/div&gt;&lt;div style=&quot;text-align: center;&quot;&gt;&lt;font style=&quot;font-size: 11px;&quot;&gt;&lt;span style=&quot;text-wrap-mode: nowrap;&quot;&gt;(wyłączenie&amp;nbsp;&lt;/span&gt;&lt;span style=&quot;white-space: nowrap;&quot;&gt;przez&amp;nbsp;&lt;/span&gt;&lt;/font&gt;&lt;/div&gt;&lt;div style=&quot;text-align: center;&quot;&gt;&lt;span style=&quot;white-space: nowrap;&quot;&gt;&lt;font style=&quot;font-size: 10px;&quot;&gt;PWRKEY&lt;/font&gt;&lt;font style=&quot;font-size: 11px;&quot;&gt; przy awarii)&amp;nbsp;&lt;/font&gt;&lt;/span&gt;&lt;/div&gt;" vertex="1">
          <mxGeometry height="70" width="135.65" x="120" y="25" as="geometry" />
        </mxCell>
        <mxCell id="zzqq1YDTvUKB0URQ00NY-79" parent="zzqq1YDTvUKB0URQ00NY-74" style="html=1;shadow=0;dashed=0;align=center;verticalAlign=middle;shape=mxgraph.arrows2.arrow;dy=0;dx=8.34;notch=10;" value="" vertex="1">
          <mxGeometry height="60" width="117.17391304347828" x="234.34782608695656" y="30" as="geometry" />
        </mxCell>
        <mxCell id="zzqq1YDTvUKB0URQ00NY-80" parent="zzqq1YDTvUKB0URQ00NY-74" style="text;whiteSpace=wrap;html=1;align=center;fontSize=11;" value="&lt;span style=&quot;text-wrap-mode: nowrap;&quot;&gt;&lt;font&gt;test komunikacji&amp;nbsp;&lt;/font&gt;&lt;/span&gt;&lt;span style=&quot;white-space: nowrap;&quot;&gt;AT&lt;/span&gt;&lt;div&gt;&lt;font&gt;&lt;span style=&quot;white-space: nowrap;&quot;&gt;(wyłączenie&amp;nbsp;&lt;/span&gt;&lt;span style=&quot;white-space: nowrap;&quot;&gt;przez&amp;nbsp;&lt;/span&gt;&lt;/font&gt;&lt;/div&gt;&lt;div&gt;&lt;span style=&quot;white-space: nowrap;&quot;&gt;&lt;font&gt;&lt;font style=&quot;font-size: 10px;&quot;&gt;PWRKEY&lt;/font&gt;&lt;font&gt;&amp;nbsp;&lt;/font&gt;&lt;/font&gt;&lt;/span&gt;&lt;/div&gt;&lt;div&gt;&lt;span style=&quot;white-space: nowrap;&quot;&gt;&lt;font&gt;&lt;font&gt;przy awarii)&amp;nbsp;&lt;/font&gt;&lt;/font&gt;&lt;/span&gt;&lt;/div&gt;" vertex="1">
          <mxGeometry height="60" width="110" x="240" y="30" as="geometry" />
        </mxCell>
-         <mxCell id="zzqq1YDTvUKB0URQ00NY-82" parent="zzqq1YDTvUKB0URQ00NY-133" style="text;whiteSpace=wrap;html=1;align=center;" value="&lt;div style=&quot;&quot;&gt;&lt;span style=&quot;&quot;&gt;&lt;b&gt;&lt;font style=&quot;font-size: 14px;&quot;&gt;Wyłączenie modemu&lt;/font&gt;&lt;/b&gt;&lt;/span&gt;&lt;br&gt;&lt;/div&gt;" vertex="1">
+         <mxCell id="zzqq1YDTvUKB0URQ00NY-82" parent="zzqq1YDTvUKB0URQ00NY-133" style="text;whiteSpace=wrap;html=1;align=center;" value="&lt;div style=&quot;&quot;&gt;&lt;span style=&quot;&quot;&gt;&lt;b&gt;&lt;font style=&quot;font-size: 15px;&quot;&gt;Wyłączenie modemu&lt;/font&gt;&lt;/b&gt;&lt;/span&gt;&lt;br&gt;&lt;/div&gt;" vertex="1">
          <mxGeometry height="50" width="470" as="geometry" />
        </mxCell>
      </root>
    </mxGraphModel>
  </diagram>
</mxfile>
